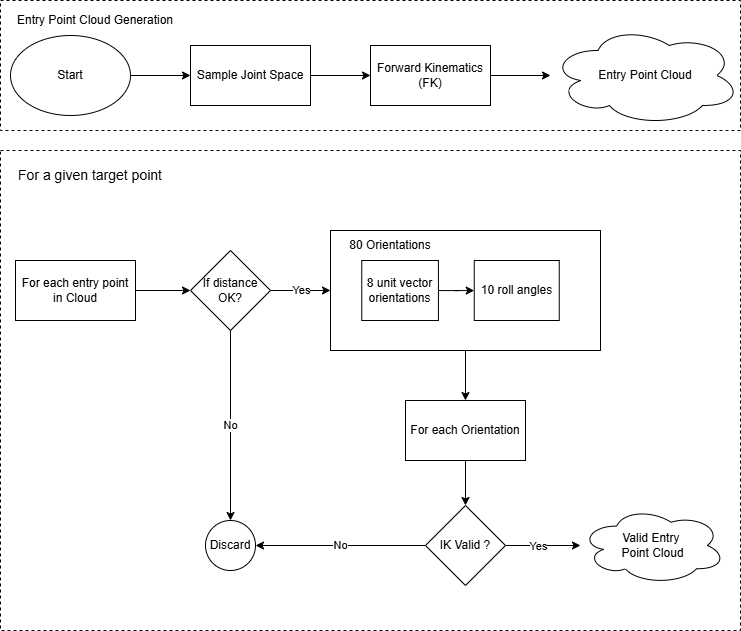
Earlier version of the draw.io export existing entry point planning.png (prabhunithingollapudi007/test-grafiti). Source tidied: cells renumbered, new cells last; positions are measured from the earlier drawing's top-left corner, leaving out a move shared by most shapes.
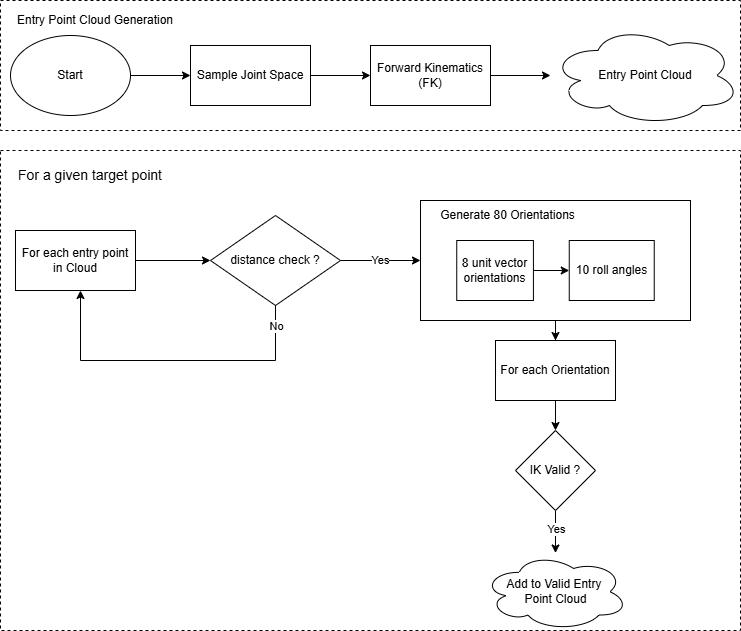
After the change.

The edit, as a diff of the source:
```diff
@@ -2,82 +2,73 @@
   <root>
     <mxCell id="0" />
     <mxCell id="1" parent="0" />
-    <mxCell id="2" style="rounded=0;whiteSpace=wrap;html=1;fillColor=default;dashed=1;" parent="1" vertex="1">
-      <mxGeometry y="150" width="740" height="480" as="geometry" />
-    </mxCell>
+    <mxCell id="36" style="rounded=0;whiteSpace=wrap;html=1;fillColor=default;dashed=1;" parent="1" vertex="1">
+      <mxGeometry x="40" y="190" width="740" height="480" as="geometry" />
+    </mxCell>
     <mxCell id="3" value="&lt;font style=&quot;font-size: 14px;&quot;&gt;For a given target point&lt;/font&gt;" style="text;html=1;whiteSpace=wrap;strokeColor=none;fillColor=none;align=center;verticalAlign=middle;rounded=0;" parent="1" vertex="1">
-      <mxGeometry x="15" y="160" width="150" height="30" as="geometry" />
+      <mxGeometry x="55" y="200" width="150" height="30" as="geometry" />
     </mxCell>
-    <mxCell id="4" style="edgeStyle=orthogonalEdgeStyle;rounded=0;jettySize=auto;html=1;" parent="1" edge="1" source="5" target="8">
-      <mxGeometry relative="1" as="geometry" />
-    </mxCell>
+    <mxCell id="37" style="edgeStyle=orthogonalEdgeStyle;rounded=0;jettySize=auto;html=1;" parent="1" edge="1" source="5" target="38">
+      <mxGeometry relative="1" as="geometry" />
+    </mxCell>
     <mxCell id="5" value="For each entry point in Cloud" style="rounded=0;whiteSpace=wrap;html=1;" parent="1" vertex="1">
-      <mxGeometry x="15" y="260" width="120" height="60" as="geometry" />
+      <mxGeometry x="55" y="270" width="120" height="60" as="geometry" />
     </mxCell>
-    <mxCell id="6" value="No" style="edgeStyle=orthogonalEdgeStyle;rounded=0;jettySize=auto;html=1;" parent="1" edge="1" source="8" target="9">
-      <mxGeometry relative="1" as="geometry" />
-    </mxCell>
-    <mxCell id="7" value="Yes" style="edgeStyle=orthogonalEdgeStyle;rounded=0;jettySize=auto;html=1;" parent="1" edge="1" source="8" target="13">
+    <mxCell id="7" value="Yes" style="edgeStyle=orthogonalEdgeStyle;rounded=0;jettySize=auto;html=1;" parent="1" edge="1" source="38" target="13">
       <mxGeometry relative="1" as="geometry" />
     </mxCell>
-    <mxCell id="8" value="If distance OK?" style="rhombus;whiteSpace=wrap;html=1;rounded=0;" parent="1" vertex="1">
-      <mxGeometry x="190" y="250" width="80" height="80" as="geometry" />
-    </mxCell>
-    <mxCell id="9" value="Discard" style="ellipse;whiteSpace=wrap;html=1;rounded=0;" parent="1" vertex="1">
-      <mxGeometry x="205" y="520" width="50" height="50" as="geometry" />
-    </mxCell>
+    <mxCell id="38" value="distance check ?" style="rhombus;whiteSpace=wrap;html=1;rounded=0;" parent="1" vertex="1">
+      <mxGeometry x="250" y="255" width="130" height="90" as="geometry" />
+    </mxCell>
     <mxCell id="10" style="edgeStyle=orthogonalEdgeStyle;rounded=0;jettySize=auto;html=1;" parent="1" edge="1" source="11" target="23">
       <mxGeometry relative="1" as="geometry" />
     </mxCell>
     <mxCell id="11" value="For each Orientation" style="rounded=0;whiteSpace=wrap;html=1;" parent="1" vertex="1">
-      <mxGeometry x="405" y="400" width="120" height="60" as="geometry" />
+      <mxGeometry x="535" y="380" width="120" height="60" as="geometry" />
     </mxCell>
-    <mxCell id="12" style="group;" parent="1" vertex="1">
-      <mxGeometry x="330" y="230" width="270" height="120" as="geometry" />
-    </mxCell>
+    <mxCell id="39" style="group;" parent="1" vertex="1">
+      <mxGeometry x="460" y="240" width="270" height="120" as="geometry" />
+    </mxCell>
-    <mxCell id="13" style="whiteSpace=wrap;html=1;rounded=0;fillColor=none;" parent="12" vertex="1">
+    <mxCell id="13" style="whiteSpace=wrap;html=1;rounded=0;fillColor=none;" parent="39" vertex="1">
       <mxGeometry width="270" height="120" as="geometry" />
     </mxCell>
-    <mxCell id="14" style="group;" parent="13" vertex="1">
-      <mxGeometry x="31.2" y="30" width="197.5" height="90" as="geometry" />
-    </mxCell>
+    <mxCell id="40" style="group;" parent="13" vertex="1">
+      <mxGeometry x="36.2" y="40" width="197.5" height="90" as="geometry" />
+    </mxCell>
-    <mxCell id="15" value="8 unit vector orientations" style="rounded=0;whiteSpace=wrap;html=1;" parent="14" vertex="1">
+    <mxCell id="15" value="8 unit vector orientations" style="rounded=0;whiteSpace=wrap;html=1;" parent="40" vertex="1">
       <mxGeometry width="76.7" height="60" as="geometry" />
     </mxCell>
-    <mxCell id="16" value="10 roll angles" style="rounded=0;whiteSpace=wrap;html=1;" parent="14" vertex="1">
+    <mxCell id="16" value="10 roll angles" style="rounded=0;whiteSpace=wrap;html=1;" parent="40" vertex="1">
       <mxGeometry x="112.5" width="85" height="60" as="geometry" />
     </mxCell>
-    <mxCell id="17" style="edgeStyle=orthogonalEdgeStyle;rounded=0;jettySize=auto;html=1;" parent="14" edge="1" source="15" target="16">
+    <mxCell id="17" style="edgeStyle=orthogonalEdgeStyle;rounded=0;jettySize=auto;html=1;" parent="40" edge="1" source="15" target="16">
       <mxGeometry relative="1" as="geometry" />
     </mxCell>
-    <mxCell id="18" value="80 Orientations" style="text;html=1;whiteSpace=wrap;strokeColor=none;fillColor=none;align=center;verticalAlign=middle;rounded=0;" parent="13" vertex="1">
-      <mxGeometry x="15" width="90" height="30" as="geometry" />
-    </mxCell>
+    <mxCell id="41" value="Generate 80 Orientations" style="text;html=1;whiteSpace=wrap;strokeColor=none;fillColor=none;align=center;verticalAlign=middle;rounded=0;" parent="13" vertex="1">
+      <mxGeometry x="10" width="155" height="30" as="geometry" />
+    </mxCell>
     <mxCell id="19" style="edgeStyle=orthogonalEdgeStyle;rounded=0;jettySize=auto;html=1;" parent="1" edge="1" source="13" target="11">
       <mxGeometry relative="1" as="geometry" />
     </mxCell>
-    <mxCell id="20" value="No" style="edgeStyle=orthogonalEdgeStyle;rounded=0;jettySize=auto;html=1;entryX=1;entryY=0.5;entryDx=0;entryDy=0;" parent="1" edge="1" source="23" target="9">
-      <mxGeometry relative="1" as="geometry" />
-    </mxCell>
-    <mxCell id="21" style="edgeStyle=orthogonalEdgeStyle;rounded=0;jettySize=auto;html=1;" parent="1" edge="1" source="23" target="24">
-      <mxGeometry relative="1" as="geometry" />
-    </mxCell>
+    <mxCell id="42" style="edgeStyle=orthogonalEdgeStyle;rounded=0;jettySize=auto;html=1;" parent="1" edge="1" source="23" target="43">
+      <mxGeometry relative="1" as="geometry" />
+    </mxCell>
-    <mxCell id="22" value="Yes" style="edgeLabel;html=1;align=center;verticalAlign=middle;" parent="21" vertex="1">
+    <mxCell id="22" value="Yes" style="edgeLabel;html=1;align=center;verticalAlign=middle;" parent="42" vertex="1">
       <mxGeometry x="-0.16" relative="1" as="geometry" />
     </mxCell>
     <mxCell id="23" value="IK Valid ?" style="rhombus;whiteSpace=wrap;html=1;rounded=0;" parent="1" vertex="1">
-      <mxGeometry x="425" y="505" width="80" height="80" as="geometry" />
+      <mxGeometry x="555" y="470" width="80" height="80" as="geometry" />
     </mxCell>
-    <mxCell id="24" value="Valid Entry&amp;nbsp;&lt;div&gt;Point Cloud&lt;/div&gt;" style="ellipse;shape=cloud;whiteSpace=wrap;html=1;" parent="1" vertex="1">
-      <mxGeometry x="580" y="506.2" width="145" height="77.5" as="geometry" />
-    </mxCell>
-    <mxCell id="25" style="group;" parent="1" vertex="1">
-      <mxGeometry width="740" height="130" as="geometry" />
-    </mxCell>
+    <mxCell id="43" value="Add to Valid Entry&amp;nbsp;&lt;div&gt;Point Cloud&lt;/div&gt;" style="ellipse;shape=cloud;whiteSpace=wrap;html=1;" parent="1" vertex="1">
+      <mxGeometry x="522.5" y="592.5" width="145" height="77.5" as="geometry" />
+    </mxCell>
+    <mxCell id="44" style="group;" parent="1" vertex="1">
+      <mxGeometry x="40" y="40" width="740" height="130" as="geometry" />
+    </mxCell>
-    <mxCell id="26" style="rounded=0;whiteSpace=wrap;html=1;dashed=1;" parent="25" vertex="1">
+    <mxCell id="26" style="rounded=0;whiteSpace=wrap;html=1;dashed=1;" parent="44" vertex="1">
       <mxGeometry width="740" height="130" as="geometry" />
     </mxCell>
-    <mxCell id="27" style="group;" parent="25" vertex="1">
+    <mxCell id="27" style="group;" parent="44" vertex="1">
       <mxGeometry x="10" y="25" width="730" height="100" as="geometry" />
     </mxCell>
     <mxCell id="28" value="Start" style="ellipse;whiteSpace=wrap;html=1;" parent="27" vertex="1">
@@ -101,8 +92,22 @@
     <mxCell id="34" style="edgeStyle=orthogonalEdgeStyle;rounded=0;jettySize=auto;html=1;" parent="27" edge="1" source="30" target="31">
       <mxGeometry relative="1" as="geometry" />
     </mxCell>
-    <mxCell id="35" value="Entry Point Cloud Generation" style="text;html=1;whiteSpace=wrap;strokeColor=none;fillColor=none;align=center;verticalAlign=middle;rounded=0;" parent="25" vertex="1">
+    <mxCell id="35" value="Entry Point Cloud Generation" style="text;html=1;whiteSpace=wrap;strokeColor=none;fillColor=none;align=center;verticalAlign=middle;rounded=0;" parent="44" vertex="1">
       <mxGeometry y="5" width="190" height="30" as="geometry" />
     </mxCell>
+    <mxCell id="45" style="endArrow=classic;html=1;rounded=0;exitX=0.5;exitY=1;exitDx=0;exitDy=0;" parent="1" edge="1" source="38">
+      <mxGeometry relative="1" as="geometry">
+        <mxPoint x="120" y="330" as="targetPoint" />
+        <Array as="points">
+          <mxPoint x="315" y="400" />
+          <mxPoint x="120" y="400" />
+        </Array>
+      </mxGeometry>
+    </mxCell>
+    <mxCell id="46" value="No" style="edgeLabel;html=1;align=center;verticalAlign=middle;" parent="45" vertex="1">
+      <mxGeometry x="-0.87" relative="1" as="geometry">
+        <mxPoint y="-1" as="offset" />
+      </mxGeometry>
+    </mxCell>
   </root>
 </mxGraphModel>
```
